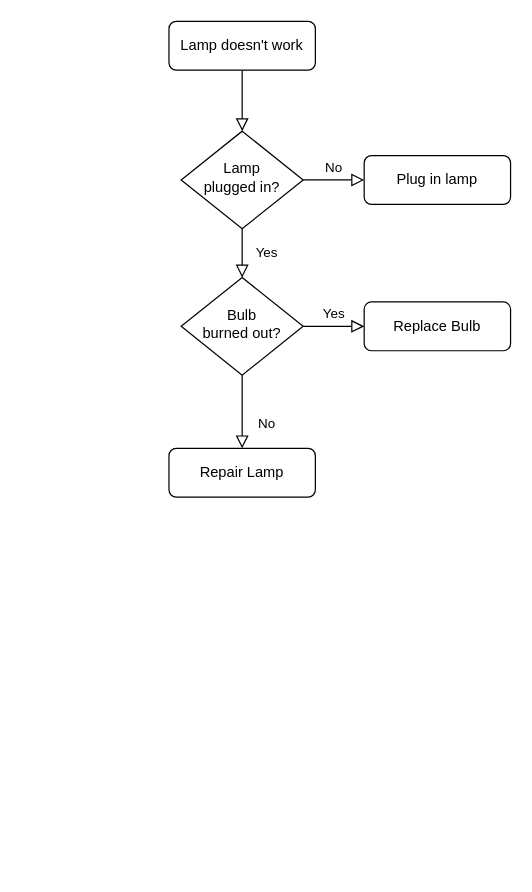
The draw.io diagram PO.drawio in AmirAini/BackEndDay1, before the edit. Source tidied: cells renumbered, new cells numbered last; positions are measured from the earlier drawing's top-left corner, leaving out a move shared by most shapes. Both pictures are drawn from the tidied source at 122%, with x=0, y=0 at pixel (168, 21).
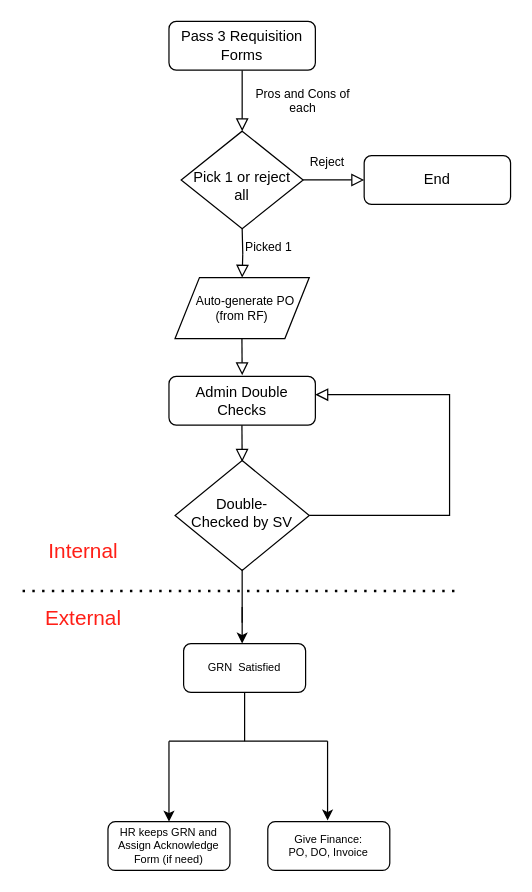
Above is the later version.

Diff of the diagram source:
```diff
@@
-    <mxCell id="3" value="Lamp doesn't work" style="rounded=1;whiteSpace=wrap;html=1;fontSize=12;glass=0;strokeWidth=1;shadow=0;" parent="1" vertex="1">
+    <mxCell id="3" value="Pass 3 Requisition Forms" style="rounded=1;whiteSpace=wrap;html=1;fontSize=12;glass=0;strokeWidth=1;shadow=0;" parent="1" vertex="1">
       <mxGeometry width="120" height="40" as="geometry" />
     </mxCell>
-    <mxCell id="4" value="Yes" style="rounded=0;html=1;jettySize=auto;fontSize=11;endArrow=block;endFill=0;endSize=8;strokeWidth=1;shadow=0;labelBackgroundColor=none;edgeStyle=orthogonalEdgeStyle;" parent="1" edge="1" source="6" target="10">
-      <mxGeometry y="20" relative="1" as="geometry" />
-    </mxCell>
-    <mxCell id="5" value="No" style="edgeStyle=orthogonalEdgeStyle;rounded=0;html=1;jettySize=auto;fontSize=11;endArrow=block;endFill=0;endSize=8;strokeWidth=1;shadow=0;labelBackgroundColor=none;" parent="1" edge="1" source="6" target="7">
-      <mxGeometry y="10" relative="1" as="geometry" />
-    </mxCell>
-    <mxCell id="6" value="Lamp&lt;br&gt;plugged in?" style="rhombus;whiteSpace=wrap;html=1;shadow=0;fontFamily=Helvetica;fontSize=12;align=center;strokeWidth=1;spacing=6;spacingTop=-4;" parent="1" vertex="1">
+    <mxCell id="6" value="&lt;br&gt;Pick 1 or reject all" style="rhombus;whiteSpace=wrap;html=1;shadow=0;fontFamily=Helvetica;fontSize=12;align=center;strokeWidth=1;spacing=6;spacingTop=-4;" parent="1" vertex="1">
       <mxGeometry x="10" y="90" width="100" height="80" as="geometry" />
     </mxCell>
-    <mxCell id="7" value="Plug in lamp" style="rounded=1;whiteSpace=wrap;html=1;fontSize=12;glass=0;strokeWidth=1;shadow=0;" parent="1" vertex="1">
+    <mxCell id="7" value="End" style="rounded=1;whiteSpace=wrap;html=1;fontSize=12;glass=0;strokeWidth=1;shadow=0;" parent="1" vertex="1">
       <mxGeometry x="160" y="110" width="120" height="40" as="geometry" />
     </mxCell>
-    <mxCell id="8" value="No" style="rounded=0;html=1;jettySize=auto;fontSize=11;endArrow=block;endFill=0;endSize=8;strokeWidth=1;shadow=0;labelBackgroundColor=none;edgeStyle=orthogonalEdgeStyle;" parent="1" edge="1" source="10" target="11">
-      <mxGeometry x="0.33" y="20" relative="1" as="geometry" />
-    </mxCell>
-    <mxCell id="9" value="Yes" style="edgeStyle=orthogonalEdgeStyle;rounded=0;html=1;jettySize=auto;fontSize=11;endArrow=block;endFill=0;endSize=8;strokeWidth=1;shadow=0;labelBackgroundColor=none;" parent="1" edge="1" source="10" target="12">
-      <mxGeometry y="10" relative="1" as="geometry" />
-    </mxCell>
-    <mxCell id="10" value="Bulb&lt;br&gt;burned out?" style="rhombus;whiteSpace=wrap;html=1;shadow=0;fontFamily=Helvetica;fontSize=12;align=center;strokeWidth=1;spacing=6;spacingTop=-4;" parent="1" vertex="1">
-      <mxGeometry x="10" y="210" width="100" height="80" as="geometry" />
-    </mxCell>
-    <mxCell id="11" value="Repair Lamp" style="rounded=1;whiteSpace=wrap;html=1;fontSize=12;glass=0;strokeWidth=1;shadow=0;" parent="1" vertex="1">
-      <mxGeometry y="350" width="120" height="40" as="geometry" />
-    </mxCell>
-    <mxCell id="12" value="Replace Bulb" style="rounded=1;whiteSpace=wrap;html=1;fontSize=12;glass=0;strokeWidth=1;shadow=0;" parent="1" vertex="1">
-      <mxGeometry x="160" y="230" width="120" height="40" as="geometry" />
-    </mxCell>
+    <mxCell id="13" value="Pros and Cons of each" style="text;html=1;strokeColor=none;fillColor=none;align=center;verticalAlign=middle;whiteSpace=wrap;rounded=0;fontSize=10;" parent="1" vertex="1">
+      <mxGeometry x="70" y="50" width="80" height="30" as="geometry" />
+    </mxCell>
+    <mxCell id="5" style="rounded=0;html=1;jettySize=auto;fontSize=11;endArrow=block;endFill=0;endSize=8;strokeWidth=1;shadow=0;labelBackgroundColor=none;edgeStyle=orthogonalEdgeStyle;exitX=1;exitY=0.5;exitDx=0;exitDy=0;entryX=0;entryY=0.5;entryDx=0;entryDy=0;" parent="1" edge="1" source="6" target="7">
+      <mxGeometry relative="1" as="geometry" />
+    </mxCell>
+    <mxCell id="14" value="Reject" style="text;html=1;strokeColor=none;fillColor=none;align=center;verticalAlign=middle;whiteSpace=wrap;rounded=0;fontSize=10;" parent="1" vertex="1">
+      <mxGeometry x="100" y="100" width="60" height="30" as="geometry" />
+    </mxCell>
+    <mxCell id="15" style="rounded=0;html=1;jettySize=auto;orthogonalLoop=1;fontSize=11;endArrow=block;endFill=0;endSize=8;strokeWidth=1;shadow=0;labelBackgroundColor=none;edgeStyle=orthogonalEdgeStyle;" parent="1" edge="1">
+      <mxGeometry relative="1" as="geometry">
+        <mxPoint x="60" y="170" as="sourcePoint" />
+        <mxPoint x="60" y="210" as="targetPoint" />
+      </mxGeometry>
+    </mxCell>
+    <mxCell id="16" value="Picked 1" style="text;html=1;strokeColor=none;fillColor=none;align=center;verticalAlign=middle;whiteSpace=wrap;rounded=0;fontSize=10;" parent="1" vertex="1">
+      <mxGeometry x="52" y="170" width="60" height="30" as="geometry" />
+    </mxCell>
+    <mxCell id="17" value="&amp;nbsp; &amp;nbsp;Auto-generate PO&amp;nbsp;&lt;br&gt;(from RF)" style="shape=parallelogram;perimeter=parallelogramPerimeter;whiteSpace=wrap;html=1;fixedSize=1;fontSize=10;" parent="1" vertex="1">
+      <mxGeometry x="5" y="210" width="110" height="50" as="geometry" />
+    </mxCell>
+    <mxCell id="18" style="rounded=0;html=1;jettySize=auto;orthogonalLoop=1;fontSize=11;endArrow=block;endFill=0;endSize=8;strokeWidth=1;shadow=0;labelBackgroundColor=none;edgeStyle=orthogonalEdgeStyle;" parent="1" edge="1">
+      <mxGeometry relative="1" as="geometry">
+        <mxPoint x="59.8" y="260" as="sourcePoint" />
+        <mxPoint x="60" y="290" as="targetPoint" />
+      </mxGeometry>
+    </mxCell>
+    <mxCell id="19" value="Double-&lt;br&gt;Checked by SV" style="rhombus;whiteSpace=wrap;html=1;shadow=0;fontFamily=Helvetica;fontSize=12;align=center;strokeWidth=1;spacing=6;spacingTop=-4;" parent="1" vertex="1">
+      <mxGeometry x="5" y="360" width="110" height="90" as="geometry" />
+    </mxCell>
+    <mxCell id="20" style="endArrow=none;dashed=1;html=1;dashPattern=1 3;strokeWidth=2;rounded=0;fontSize=9;" parent="1" edge="1">
+      <mxGeometry relative="1" as="geometry">
+        <mxPoint x="-120" y="467" as="sourcePoint" />
+        <mxPoint x="240" y="467" as="targetPoint" />
+      </mxGeometry>
+    </mxCell>
+    <mxCell id="21" style="endArrow=none;html=1;rounded=0;fontSize=9;" parent="1" edge="1">
+      <mxGeometry relative="1" as="geometry">
+        <mxPoint x="60" y="449" as="sourcePoint" />
+        <mxPoint x="60" y="493" as="targetPoint" />
+      </mxGeometry>
+    </mxCell>
+    <mxCell id="22" style="rounded=0;html=1;jettySize=auto;orthogonalLoop=1;fontSize=11;endArrow=block;endFill=0;endSize=8;strokeWidth=1;shadow=0;labelBackgroundColor=none;edgeStyle=orthogonalEdgeStyle;entryX=1;entryY=0.5;entryDx=0;entryDy=0;" parent="1" edge="1">
+      <mxGeometry relative="1" as="geometry">
+        <mxPoint x="115" y="405" as="sourcePoint" />
+        <mxPoint x="120" y="306" as="targetPoint" />
+        <Array as="points">
+          <mxPoint x="230" y="405" />
+          <mxPoint x="230" y="306" />
+        </Array>
+      </mxGeometry>
+    </mxCell>
+    <mxCell id="23" value="Admin Double Checks" style="rounded=1;whiteSpace=wrap;html=1;fontSize=12;glass=0;strokeWidth=1;shadow=0;" parent="1" vertex="1">
+      <mxGeometry y="291" width="120" height="40" as="geometry" />
+    </mxCell>
+    <mxCell id="24" style="rounded=0;html=1;jettySize=auto;orthogonalLoop=1;fontSize=11;endArrow=block;endFill=0;endSize=8;strokeWidth=1;shadow=0;labelBackgroundColor=none;edgeStyle=orthogonalEdgeStyle;" parent="1" edge="1">
+      <mxGeometry relative="1" as="geometry">
+        <mxPoint x="59.8" y="331" as="sourcePoint" />
+        <mxPoint x="60" y="361" as="targetPoint" />
+      </mxGeometry>
+    </mxCell>
+    <mxCell id="25" style="endArrow=classic;html=1;rounded=0;fontSize=9;" parent="1" edge="1">
+      <mxGeometry relative="1" as="geometry">
+        <mxPoint x="60" y="480" as="sourcePoint" />
+        <mxPoint x="60" y="510" as="targetPoint" />
+      </mxGeometry>
+    </mxCell>
+    <mxCell id="26" value="GRN&amp;nbsp; Satisfied" style="rounded=1;whiteSpace=wrap;html=1;fontSize=9;" parent="1" vertex="1">
+      <mxGeometry x="12" y="510" width="100" height="40" as="geometry" />
+    </mxCell>
+    <mxCell id="27" style="endArrow=none;html=1;rounded=0;fontSize=9;entryX=0.5;entryY=1;entryDx=0;entryDy=0;" parent="1" edge="1" target="26">
+      <mxGeometry relative="1" as="geometry">
+        <mxPoint x="62" y="590" as="sourcePoint" />
+      </mxGeometry>
+    </mxCell>
+    <mxCell id="28" style="endArrow=none;html=1;rounded=0;fontSize=9;" parent="1" edge="1">
+      <mxGeometry relative="1" as="geometry">
+        <mxPoint x="130" y="590" as="sourcePoint" />
+        <mxPoint y="590" as="targetPoint" />
+      </mxGeometry>
+    </mxCell>
+    <mxCell id="29" style="endArrow=classic;html=1;rounded=0;fontSize=9;" parent="1" edge="1">
+      <mxGeometry relative="1" as="geometry">
+        <mxPoint x="130" y="590" as="sourcePoint" />
+        <mxPoint x="130" y="655" as="targetPoint" />
+      </mxGeometry>
+    </mxCell>
+    <mxCell id="30" value="Give Finance:&lt;br&gt;PO, DO, Invoice" style="rounded=1;whiteSpace=wrap;html=1;fontSize=9;" parent="1" vertex="1">
+      <mxGeometry x="81" y="656" width="100" height="40" as="geometry" />
+    </mxCell>
+    <mxCell id="31" style="endArrow=classic;html=1;rounded=0;fontSize=9;entryX=0.5;entryY=0;entryDx=0;entryDy=0;" parent="1" edge="1" target="32">
+      <mxGeometry relative="1" as="geometry">
+        <mxPoint y="590" as="sourcePoint" />
+      </mxGeometry>
+    </mxCell>
+    <mxCell id="32" value="HR keeps GRN and Assign Acknowledge Form (if need)" style="rounded=1;whiteSpace=wrap;html=1;fontSize=9;" parent="1" vertex="1">
+      <mxGeometry x="-50" y="656" width="100" height="40" as="geometry" />
+    </mxCell>
+    <mxCell id="33" value="Internal" style="text;html=1;strokeColor=none;fillColor=none;align=center;verticalAlign=middle;whiteSpace=wrap;rounded=0;fontSize=17;fontColor=#FF1F17;" parent="1" vertex="1">
+      <mxGeometry x="-100" y="420" width="60" height="30" as="geometry" />
+    </mxCell>
+    <mxCell id="34" value="External" style="text;html=1;strokeColor=none;fillColor=none;align=center;verticalAlign=middle;whiteSpace=wrap;rounded=0;fontSize=17;fontColor=#FF1F17;" parent="1" vertex="1">
+      <mxGeometry x="-100" y="475" width="60" height="30" as="geometry" />
+    </mxCell>
```
